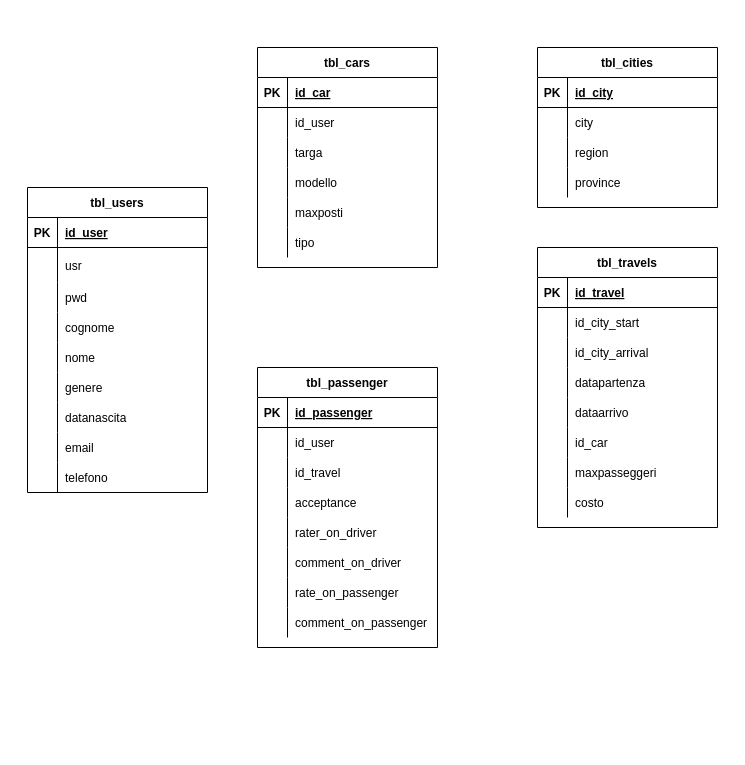
The draw.io diagram blablacar.drawio in andreabesso/andreabesso, before the edit. Source tidied: cells renumbered, new cells numbered last; positions are measured from the earlier drawing's top-left corner, leaving out a move shared by most shapes. Both pictures are drawn from the tidied source at 100%, with x=0, y=0 at pixel (27, 47).
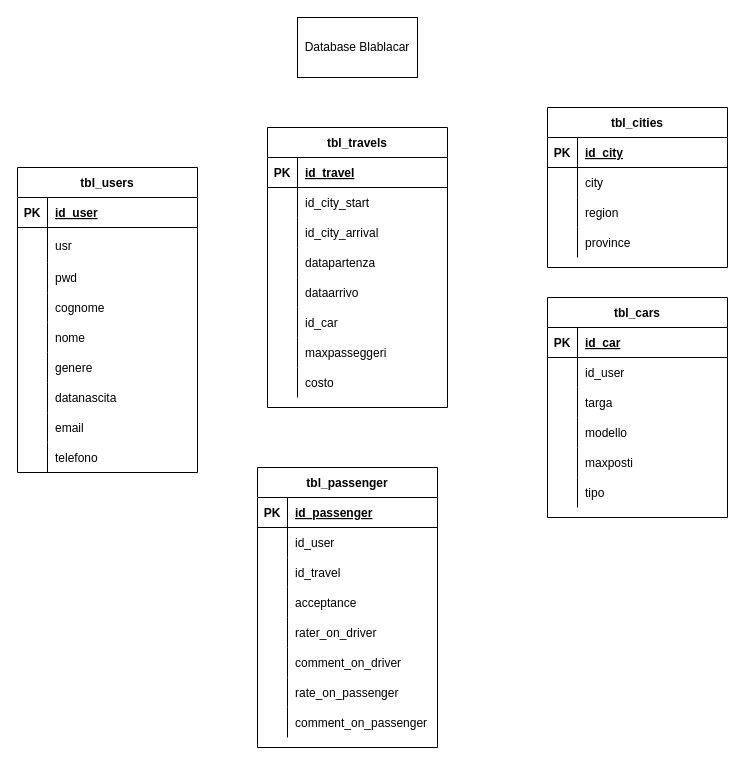
The same page after the edit.

What changed in the source:
```diff
@@
     <mxCell id="2" value="tbl_users" style="shape=table;startSize=30;childLayout=tableLayout;rowLines=0;fontStyle=1;align=center;" parent="1" vertex="1">
-      <mxGeometry y="140" width="180" height="305" as="geometry" />
+      <mxGeometry x="-10" y="120" width="180" height="305" as="geometry" />
     </mxCell>
@@
     <mxCell id="30" value="tbl_cars" style="shape=table;startSize=30;childLayout=tableLayout;rowLines=0;fontStyle=1;align=center;" parent="1" vertex="1">
-      <mxGeometry x="230" width="180" height="220" as="geometry" />
+      <mxGeometry x="520" y="250" width="180" height="220" as="geometry" />
     </mxCell>
@@
     <mxCell id="49" value="tbl_travels" style="shape=table;startSize=30;childLayout=tableLayout;rowLines=0;fontStyle=1;align=center;" parent="1" vertex="1">
-      <mxGeometry x="510" y="200" width="180" height="280" as="geometry" />
+      <mxGeometry x="240" y="80" width="180" height="280" as="geometry" />
     </mxCell>
@@
     <mxCell id="74" value="tbl_cities" style="shape=table;startSize=30;childLayout=tableLayout;rowLines=0;fontStyle=1;align=center;" parent="1" vertex="1">
-      <mxGeometry x="510" width="180" height="160" as="geometry" />
+      <mxGeometry x="520" y="60" width="180" height="160" as="geometry" />
     </mxCell>
@@
     <mxCell id="87" value="tbl_passenger" style="shape=table;startSize=30;childLayout=tableLayout;rowLines=0;fontStyle=1;align=center;" parent="1" vertex="1">
-      <mxGeometry x="230" y="320" width="180" height="280" as="geometry" />
+      <mxGeometry x="230" y="420" width="180" height="280" as="geometry" />
     </mxCell>
@@
+    <mxCell id="112" value="Database Blablacar" style="rounded=0;whiteSpace=wrap;html=1;" parent="1" vertex="1">
+      <mxGeometry x="270" y="-30" width="120" height="60" as="geometry" />
+    </mxCell>
```
